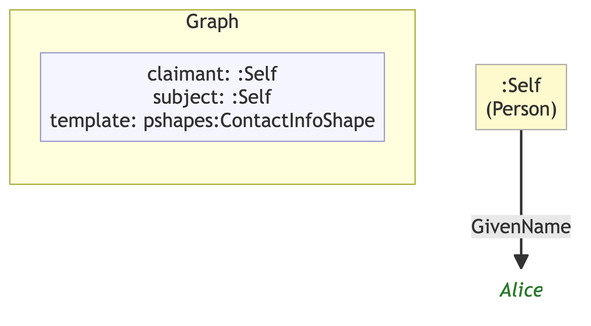
This is example/graphs/images/graph-95.png from MeeFoundation/mia-ontologies, a Mermaid export, as it was before one commit. Its source is kept beside it as example/graphs/images/graph-95.mmd.
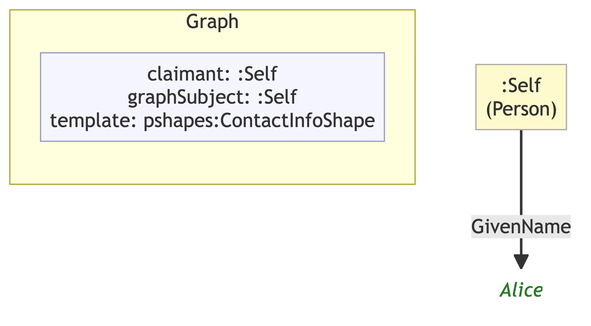
After the commit.

What changed in the source:
```diff
@@ -7,10 +7,10 @@
 
     subgraph ctx["Graph"]
         direction LR
-        ctx_meta["claimant: :Self\nsubject: :Self\ntemplate: pshapes:ContactInfoShape"]:::meta
+        ctx_meta["claimant: :Self\ngraphSubject: :Self\ntemplate: pshapes:ContactInfoShape"]:::meta
     end
 
     ne0c3ba92f1db[":Self\n(Person)"]:::person
-    nc385c412c77c("Alice"):::lit
+    n7ffbf572c94b("Alice"):::lit
 
-    ne0c3ba92f1db -->|"GivenName"| nc385c412c77c
+    ne0c3ba92f1db -->|"GivenName"| n7ffbf572c94b
```
